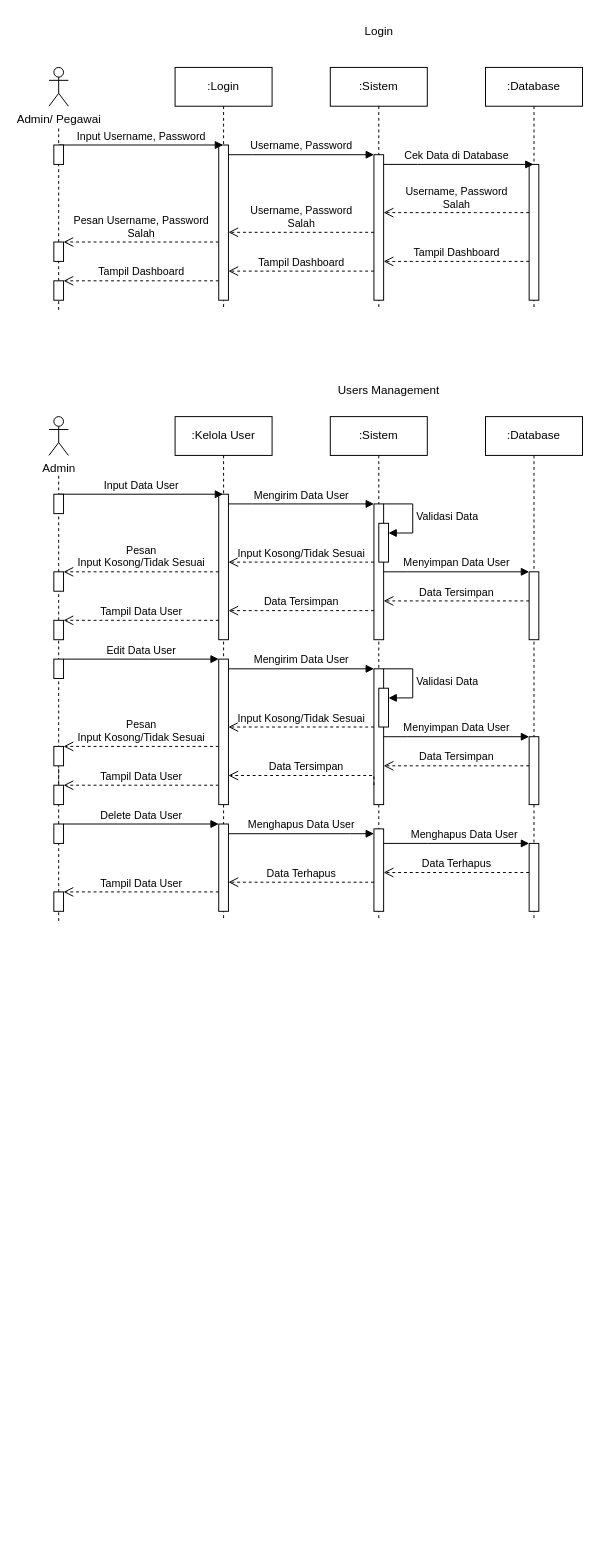
Earlier version of the draw.io diagram diagram/sequence/Sequence Diagram Admin.drawio (wepro-v/asset). Source tidied: cells renumbered, new cells numbered last; positions are measured from the earlier drawing's top-left corner, leaving out a move shared by most shapes. Both pictures are drawn from the tidied source at 97%, with x=0, y=0 at pixel (48, 16).
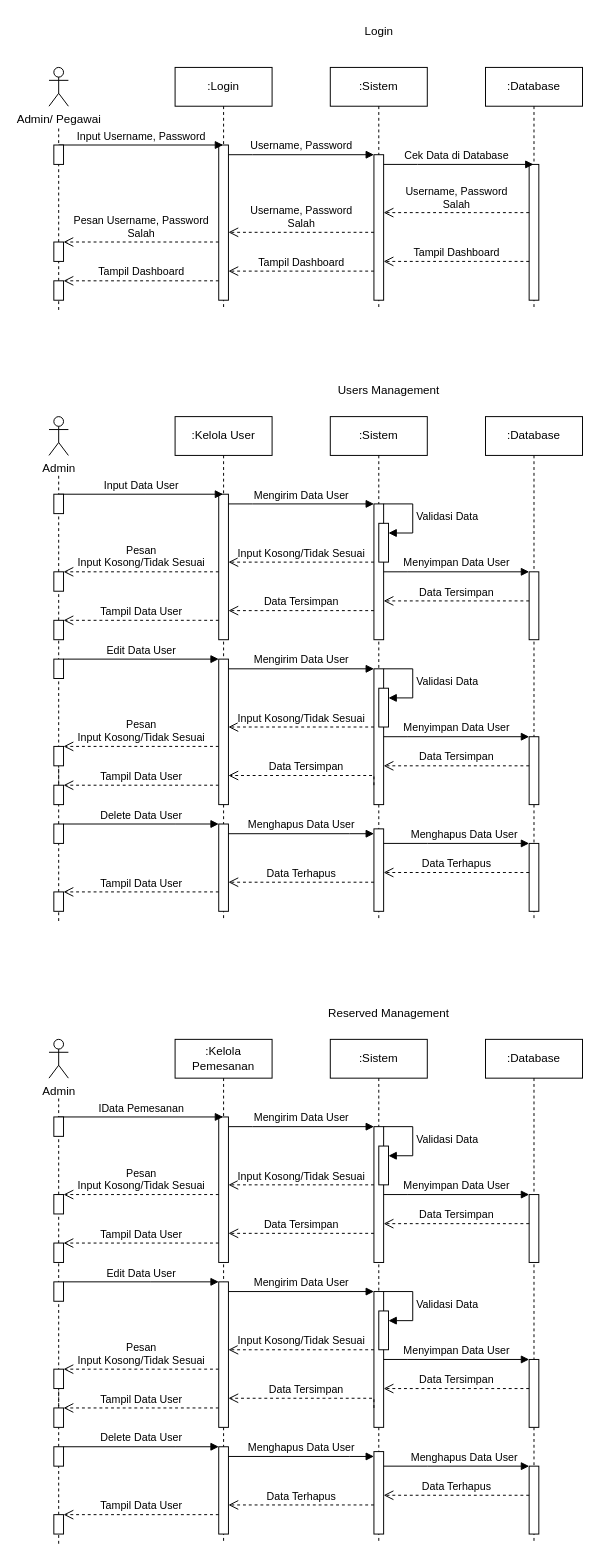
The same page after the edit.

The edit, as a diff of the source:
```diff
@@
+    <mxCell id="78" value=":Sistem" style="shape=umlLifeline;perimeter=lifelinePerimeter;whiteSpace=wrap;html=1;newEdgeStyle={&quot;edgeStyle&quot;:&quot;elbowEdgeStyle&quot;,&quot;elbow&quot;:&quot;vertical&quot;,&quot;curved&quot;:0,&quot;rounded&quot;:0};" parent="1" vertex="1">
+      <mxGeometry x="290" y="1054" width="100" height="520" as="geometry" />
+    </mxCell>
+    <mxCell id="79" style="html=1;points=[];perimeter=orthogonalPerimeter;outlineConnect=0;targetShapes=umlLifeline;portConstraint=eastwest;newEdgeStyle={&quot;edgeStyle&quot;:&quot;elbowEdgeStyle&quot;,&quot;elbow&quot;:&quot;vertical&quot;,&quot;curved&quot;:0,&quot;rounded&quot;:0};" parent="78" vertex="1">
+      <mxGeometry x="45" y="90" width="10" height="140" as="geometry" />
+    </mxCell>
+    <mxCell id="80" style="html=1;points=[];perimeter=orthogonalPerimeter;outlineConnect=0;targetShapes=umlLifeline;portConstraint=eastwest;newEdgeStyle={&quot;edgeStyle&quot;:&quot;elbowEdgeStyle&quot;,&quot;elbow&quot;:&quot;vertical&quot;,&quot;curved&quot;:0,&quot;rounded&quot;:0};" parent="78" vertex="1">
+      <mxGeometry x="50" y="110" width="10" height="40" as="geometry" />
+    </mxCell>
+    <mxCell id="81" value="Validasi Data" style="html=1;align=left;spacingLeft=2;endArrow=block;rounded=0;edgeStyle=orthogonalEdgeStyle;curved=0;rounded=0;" parent="78" edge="1" target="80">
+      <mxGeometry relative="1" as="geometry">
+        <mxPoint x="55" y="90" as="sourcePoint" />
+        <Array as="points">
+          <mxPoint x="85" y="120" />
+        </Array>
+      </mxGeometry>
+    </mxCell>
+    <mxCell id="82" value="Validasi Data" style="html=1;align=left;spacingLeft=2;endArrow=block;rounded=0;edgeStyle=orthogonalEdgeStyle;curved=0;rounded=0;" parent="78" edge="1" target="84">
+      <mxGeometry relative="1" as="geometry">
+        <mxPoint x="55" y="260" as="sourcePoint" />
+        <Array as="points">
+          <mxPoint x="85" y="290" />
+        </Array>
+      </mxGeometry>
+    </mxCell>
+    <mxCell id="83" style="html=1;points=[];perimeter=orthogonalPerimeter;outlineConnect=0;targetShapes=umlLifeline;portConstraint=eastwest;newEdgeStyle={&quot;edgeStyle&quot;:&quot;elbowEdgeStyle&quot;,&quot;elbow&quot;:&quot;vertical&quot;,&quot;curved&quot;:0,&quot;rounded&quot;:0};" parent="78" vertex="1">
+      <mxGeometry x="45" y="260" width="10" height="140" as="geometry" />
+    </mxCell>
+    <mxCell id="84" style="html=1;points=[];perimeter=orthogonalPerimeter;outlineConnect=0;targetShapes=umlLifeline;portConstraint=eastwest;newEdgeStyle={&quot;edgeStyle&quot;:&quot;elbowEdgeStyle&quot;,&quot;elbow&quot;:&quot;vertical&quot;,&quot;curved&quot;:0,&quot;rounded&quot;:0};" parent="78" vertex="1">
+      <mxGeometry x="50" y="280" width="10" height="40" as="geometry" />
+    </mxCell>
+    <mxCell id="85" style="html=1;points=[];perimeter=orthogonalPerimeter;outlineConnect=0;targetShapes=umlLifeline;portConstraint=eastwest;newEdgeStyle={&quot;edgeStyle&quot;:&quot;elbowEdgeStyle&quot;,&quot;elbow&quot;:&quot;vertical&quot;,&quot;curved&quot;:0,&quot;rounded&quot;:0};" parent="78" vertex="1">
+      <mxGeometry x="45" y="425" width="10" height="85" as="geometry" />
+    </mxCell>
+    <mxCell id="86" style="html=1;points=[];perimeter=orthogonalPerimeter;outlineConnect=0;targetShapes=umlLifeline;portConstraint=eastwest;newEdgeStyle={&quot;edgeStyle&quot;:&quot;elbowEdgeStyle&quot;,&quot;elbow&quot;:&quot;vertical&quot;,&quot;curved&quot;:0,&quot;rounded&quot;:0};" parent="1" vertex="1">
+      <mxGeometry x="5" y="1214" width="10" height="20" as="geometry" />
+    </mxCell>
+    <mxCell id="87" value=":Kelola Pemesanan" style="shape=umlLifeline;perimeter=lifelinePerimeter;whiteSpace=wrap;html=1;outlineConnect=0;portConstraint=eastwest;newEdgeStyle={&quot;edgeStyle&quot;:&quot;elbowEdgeStyle&quot;,&quot;elbow&quot;:&quot;vertical&quot;,&quot;curved&quot;:0,&quot;rounded&quot;:0};" parent="1" vertex="1">
+      <mxGeometry x="130" y="1054" width="100" height="520" as="geometry" />
+    </mxCell>
+    <mxCell id="88" style="html=1;points=[];perimeter=orthogonalPerimeter;outlineConnect=0;targetShapes=umlLifeline;portConstraint=eastwest;newEdgeStyle={&quot;edgeStyle&quot;:&quot;elbowEdgeStyle&quot;,&quot;elbow&quot;:&quot;vertical&quot;,&quot;curved&quot;:0,&quot;rounded&quot;:0};" parent="87" vertex="1">
+      <mxGeometry x="45" y="80" width="10" height="150" as="geometry" />
+    </mxCell>
+    <mxCell id="89" style="html=1;points=[];perimeter=orthogonalPerimeter;outlineConnect=0;targetShapes=umlLifeline;portConstraint=eastwest;newEdgeStyle={&quot;edgeStyle&quot;:&quot;elbowEdgeStyle&quot;,&quot;elbow&quot;:&quot;vertical&quot;,&quot;curved&quot;:0,&quot;rounded&quot;:0};" parent="87" vertex="1">
+      <mxGeometry x="45" y="420" width="10" height="90" as="geometry" />
+    </mxCell>
+    <mxCell id="90" value="Mengirim Data User" style="html=1;verticalAlign=bottom;endArrow=block;edgeStyle=elbowEdgeStyle;elbow=vertical;curved=0;rounded=0;" parent="1" edge="1" source="88" target="79">
+      <mxGeometry relative="1" as="geometry">
+        <Array as="points">
+          <mxPoint x="210" y="1144" />
+        </Array>
+      </mxGeometry>
+    </mxCell>
+    <mxCell id="91" value="Data Tersimpan" style="html=1;verticalAlign=bottom;endArrow=open;dashed=1;endSize=8;edgeStyle=elbowEdgeStyle;elbow=vertical;curved=0;rounded=0;" parent="1" edge="1" source="79" target="88">
+      <mxGeometry relative="1" as="geometry">
+        <Array as="points">
+          <mxPoint x="300" y="1254" />
+          <mxPoint x="320" y="1264" />
+          <mxPoint x="270" y="1294" />
+          <mxPoint x="220" y="1304" />
+        </Array>
+      </mxGeometry>
+    </mxCell>
+    <mxCell id="92" value="IData Pemesanan" style="html=1;verticalAlign=bottom;startArrow=none;endArrow=block;startSize=8;edgeStyle=elbowEdgeStyle;elbow=vertical;curved=0;rounded=0;startFill=0;" parent="1" edge="1" target="87">
+      <mxGeometry relative="1" as="geometry">
+        <mxPoint x="10" y="1134" as="sourcePoint" />
+        <Array as="points">
+          <mxPoint x="100" y="1134" />
+          <mxPoint x="20" y="1134" />
+        </Array>
+      </mxGeometry>
+    </mxCell>
+    <mxCell id="93" value=":Database" style="shape=umlLifeline;perimeter=lifelinePerimeter;whiteSpace=wrap;html=1;newEdgeStyle={&quot;edgeStyle&quot;:&quot;elbowEdgeStyle&quot;,&quot;elbow&quot;:&quot;vertical&quot;,&quot;curved&quot;:0,&quot;rounded&quot;:0};" parent="1" vertex="1">
+      <mxGeometry x="450" y="1054" width="100" height="520" as="geometry" />
+    </mxCell>
+    <mxCell id="94" style="html=1;points=[];perimeter=orthogonalPerimeter;outlineConnect=0;targetShapes=umlLifeline;portConstraint=eastwest;newEdgeStyle={&quot;edgeStyle&quot;:&quot;elbowEdgeStyle&quot;,&quot;elbow&quot;:&quot;vertical&quot;,&quot;curved&quot;:0,&quot;rounded&quot;:0};" parent="93" vertex="1">
+      <mxGeometry x="45" y="160" width="10" height="70" as="geometry" />
+    </mxCell>
+    <mxCell id="95" style="html=1;points=[];perimeter=orthogonalPerimeter;outlineConnect=0;targetShapes=umlLifeline;portConstraint=eastwest;newEdgeStyle={&quot;edgeStyle&quot;:&quot;elbowEdgeStyle&quot;,&quot;elbow&quot;:&quot;vertical&quot;,&quot;curved&quot;:0,&quot;rounded&quot;:0};" parent="93" vertex="1">
+      <mxGeometry x="45" y="440" width="10" height="70" as="geometry" />
+    </mxCell>
+    <mxCell id="96" value="Data Tersimpan" style="html=1;verticalAlign=bottom;endArrow=open;dashed=1;endSize=8;edgeStyle=elbowEdgeStyle;elbow=vertical;curved=0;rounded=0;" parent="1" edge="1" source="94" target="79">
+      <mxGeometry relative="1" as="geometry">
+        <Array as="points">
+          <mxPoint x="480" y="1244" />
+          <mxPoint x="450" y="1254" />
+          <mxPoint x="430" y="1274" />
+        </Array>
+      </mxGeometry>
+    </mxCell>
+    <mxCell id="97" value="Input Kosong/Tidak Sesuai" style="html=1;verticalAlign=bottom;endArrow=open;dashed=1;endSize=8;edgeStyle=elbowEdgeStyle;elbow=vertical;curved=0;rounded=0;" parent="1" edge="1" source="79" target="88">
+      <mxGeometry relative="1" as="geometry">
+        <Array as="points">
+          <mxPoint x="320" y="1204" />
+          <mxPoint x="280" y="1214" />
+          <mxPoint x="290" y="1234" />
+          <mxPoint x="210" y="1254" />
+        </Array>
+      </mxGeometry>
+    </mxCell>
+    <mxCell id="98" value="Pesan &lt;br&gt;Input Kosong/Tidak Sesuai" style="html=1;verticalAlign=bottom;endArrow=open;dashed=1;endSize=8;edgeStyle=elbowEdgeStyle;elbow=vertical;curved=0;rounded=0;" parent="1" edge="1" source="88" target="86">
+      <mxGeometry relative="1" as="geometry">
+        <Array as="points">
+          <mxPoint x="170" y="1214" />
+          <mxPoint x="110" y="1224" />
+          <mxPoint x="55" y="1254" />
+        </Array>
+      </mxGeometry>
+    </mxCell>
+    <mxCell id="99" value="Admin" style="shape=umlActor;verticalLabelPosition=bottom;verticalAlign=top;html=1;" parent="1" vertex="1">
+      <mxGeometry y="1054" width="20" height="40" as="geometry" />
+    </mxCell>
+    <mxCell id="100" style="endArrow=none;dashed=1;html=1;rounded=0;" parent="1" edge="1" source="86">
+      <mxGeometry relative="1" as="geometry">
+        <mxPoint x="10" y="1114" as="targetPoint" />
+      </mxGeometry>
+    </mxCell>
+    <mxCell id="101" style="html=1;perimeter=orthogonalPerimeter;targetShapes=umlLifeline;newEdgeStyle={&quot;edgeStyle&quot;:&quot;elbowEdgeStyle&quot;,&quot;elbow&quot;:&quot;vertical&quot;,&quot;curved&quot;:0,&quot;rounded&quot;:0};" parent="1" vertex="1">
+      <mxGeometry x="5" y="1134" width="10" height="20" as="geometry" />
+    </mxCell>
+    <mxCell id="102" style="endArrow=none;dashed=1;html=1;rounded=0;" parent="1" edge="1" source="128" target="86">
+      <mxGeometry relative="1" as="geometry" />
+    </mxCell>
+    <mxCell id="103" value="Tampil Data User" style="html=1;verticalAlign=bottom;endArrow=open;dashed=1;endSize=8;edgeStyle=elbowEdgeStyle;elbow=vertical;curved=0;rounded=0;" parent="1" edge="1" source="88" target="126">
+      <mxGeometry relative="1" as="geometry">
+        <Array as="points">
+          <mxPoint x="150" y="1264" />
+          <mxPoint x="170" y="1274" />
+          <mxPoint x="100" y="1314" />
+          <mxPoint x="50" y="1294" />
+          <mxPoint x="65" y="1304" />
+        </Array>
+      </mxGeometry>
+    </mxCell>
+    <mxCell id="104" value="Reserved Management" style="text;html=1;align=center;verticalAlign=middle;strokeColor=none;fillColor=none;" parent="1" vertex="1">
+      <mxGeometry x="275" y="1012" width="150" height="30" as="geometry" />
+    </mxCell>
+    <mxCell id="105" value="Mengirim Data User" style="html=1;verticalAlign=bottom;endArrow=block;edgeStyle=elbowEdgeStyle;elbow=vertical;curved=0;rounded=0;" parent="1" edge="1" source="113">
+      <mxGeometry relative="1" as="geometry">
+        <mxPoint x="335" y="1314" as="targetPoint" />
+        <Array as="points">
+          <mxPoint x="300" y="1314" />
+          <mxPoint x="210" y="1344" />
+        </Array>
+      </mxGeometry>
+    </mxCell>
+    <mxCell id="106" value="Data Tersimpan" style="html=1;verticalAlign=bottom;endArrow=open;dashed=1;endSize=8;edgeStyle=elbowEdgeStyle;elbow=vertical;curved=0;rounded=0;" parent="1" edge="1" target="113">
+      <mxGeometry relative="1" as="geometry">
+        <mxPoint x="335" y="1434" as="sourcePoint" />
+        <Array as="points">
+          <mxPoint x="310" y="1424" />
+          <mxPoint x="310" y="1434" />
+          <mxPoint x="320" y="1464" />
+          <mxPoint x="270" y="1494" />
+          <mxPoint x="220" y="1504" />
+        </Array>
+      </mxGeometry>
+    </mxCell>
+    <mxCell id="107" value="Edit Data User" style="html=1;verticalAlign=bottom;startArrow=none;endArrow=block;startSize=8;edgeStyle=elbowEdgeStyle;elbow=vertical;curved=0;rounded=0;startFill=0;" parent="1" edge="1" target="113">
+      <mxGeometry relative="1" as="geometry">
+        <mxPoint x="15" y="1304" as="sourcePoint" />
+        <Array as="points">
+          <mxPoint x="105" y="1304" />
+          <mxPoint x="25" y="1304" />
+        </Array>
+      </mxGeometry>
+    </mxCell>
+    <mxCell id="108" value="Input Kosong/Tidak Sesuai" style="html=1;verticalAlign=bottom;endArrow=open;dashed=1;endSize=8;edgeStyle=elbowEdgeStyle;elbow=vertical;curved=0;rounded=0;" parent="1" edge="1" target="113">
+      <mxGeometry relative="1" as="geometry">
+        <mxPoint x="335" y="1374" as="sourcePoint" />
+        <Array as="points">
+          <mxPoint x="330" y="1374" />
+          <mxPoint x="310" y="1384" />
+          <mxPoint x="330" y="1374" />
+          <mxPoint x="280" y="1414" />
+          <mxPoint x="290" y="1434" />
+          <mxPoint x="210" y="1454" />
+        </Array>
+      </mxGeometry>
+    </mxCell>
+    <mxCell id="109" value="Pesan &lt;br&gt;Input Kosong/Tidak Sesuai" style="html=1;verticalAlign=bottom;endArrow=open;dashed=1;endSize=8;edgeStyle=elbowEdgeStyle;elbow=vertical;curved=0;rounded=0;" parent="1" edge="1" source="113" target="117">
+      <mxGeometry relative="1" as="geometry">
+        <Array as="points">
+          <mxPoint x="110" y="1394" />
+          <mxPoint x="55" y="1454" />
+        </Array>
+      </mxGeometry>
+    </mxCell>
+    <mxCell id="110" style="html=1;perimeter=orthogonalPerimeter;targetShapes=umlLifeline;newEdgeStyle={&quot;edgeStyle&quot;:&quot;elbowEdgeStyle&quot;,&quot;elbow&quot;:&quot;vertical&quot;,&quot;curved&quot;:0,&quot;rounded&quot;:0};" parent="1" vertex="1">
+      <mxGeometry x="5" y="1304" width="10" height="20" as="geometry" />
+    </mxCell>
+    <mxCell id="111" style="html=1;points=[];perimeter=orthogonalPerimeter;outlineConnect=0;targetShapes=umlLifeline;portConstraint=eastwest;newEdgeStyle={&quot;edgeStyle&quot;:&quot;elbowEdgeStyle&quot;,&quot;elbow&quot;:&quot;vertical&quot;,&quot;curved&quot;:0,&quot;rounded&quot;:0};" parent="1" vertex="1">
+      <mxGeometry x="5" y="1434" width="10" height="20" as="geometry" />
+    </mxCell>
+    <mxCell id="112" value="Tampil Data User" style="html=1;verticalAlign=bottom;endArrow=open;dashed=1;endSize=8;edgeStyle=elbowEdgeStyle;elbow=vertical;curved=0;rounded=0;" parent="1" edge="1" source="113" target="111">
+      <mxGeometry relative="1" as="geometry">
+        <Array as="points">
+          <mxPoint x="130" y="1434" />
+          <mxPoint x="150" y="1444" />
+          <mxPoint x="170" y="1474" />
+          <mxPoint x="100" y="1514" />
+          <mxPoint x="50" y="1494" />
+          <mxPoint x="65" y="1504" />
+        </Array>
+      </mxGeometry>
+    </mxCell>
+    <mxCell id="113" style="html=1;points=[];perimeter=orthogonalPerimeter;outlineConnect=0;targetShapes=umlLifeline;portConstraint=eastwest;newEdgeStyle={&quot;edgeStyle&quot;:&quot;elbowEdgeStyle&quot;,&quot;elbow&quot;:&quot;vertical&quot;,&quot;curved&quot;:0,&quot;rounded&quot;:0};" parent="1" vertex="1">
+      <mxGeometry x="175" y="1304" width="10" height="150" as="geometry" />
+    </mxCell>
+    <mxCell id="114" style="html=1;points=[];perimeter=orthogonalPerimeter;outlineConnect=0;targetShapes=umlLifeline;portConstraint=eastwest;newEdgeStyle={&quot;edgeStyle&quot;:&quot;elbowEdgeStyle&quot;,&quot;elbow&quot;:&quot;vertical&quot;,&quot;curved&quot;:0,&quot;rounded&quot;:0};" parent="1" vertex="1">
+      <mxGeometry x="495" y="1384" width="10" height="70" as="geometry" />
+    </mxCell>
+    <mxCell id="115" value="Data Tersimpan" style="html=1;verticalAlign=bottom;endArrow=open;dashed=1;endSize=8;edgeStyle=elbowEdgeStyle;elbow=vertical;curved=0;rounded=0;" parent="1" edge="1" source="114" target="83">
+      <mxGeometry relative="1" as="geometry">
+        <Array as="points">
+          <mxPoint x="480" y="1414" />
+          <mxPoint x="490" y="1424" />
+          <mxPoint x="460" y="1424" />
+          <mxPoint x="450" y="1414" />
+          <mxPoint x="430" y="1434" />
+        </Array>
+      </mxGeometry>
+    </mxCell>
+    <mxCell id="116" style="endArrow=none;dashed=1;html=1;rounded=0;" parent="1" edge="1" source="111" target="117">
+      <mxGeometry relative="1" as="geometry" />
+    </mxCell>
+    <mxCell id="117" style="html=1;points=[];perimeter=orthogonalPerimeter;outlineConnect=0;targetShapes=umlLifeline;portConstraint=eastwest;newEdgeStyle={&quot;edgeStyle&quot;:&quot;elbowEdgeStyle&quot;,&quot;elbow&quot;:&quot;vertical&quot;,&quot;curved&quot;:0,&quot;rounded&quot;:0};" parent="1" vertex="1">
+      <mxGeometry x="5" y="1394" width="10" height="20" as="geometry" />
+    </mxCell>
+    <mxCell id="118" value="Menghapus Data User" style="html=1;verticalAlign=bottom;endArrow=block;edgeStyle=elbowEdgeStyle;elbow=vertical;curved=0;rounded=0;" parent="1" edge="1" source="89" target="85">
+      <mxGeometry relative="1" as="geometry">
+        <Array as="points">
+          <mxPoint x="310" y="1484" />
+          <mxPoint x="300" y="1524" />
+          <mxPoint x="210" y="1554" />
+        </Array>
+      </mxGeometry>
+    </mxCell>
+    <mxCell id="119" value="Data Terhapus" style="html=1;verticalAlign=bottom;endArrow=open;dashed=1;endSize=8;edgeStyle=elbowEdgeStyle;elbow=vertical;curved=0;rounded=0;" parent="1" edge="1" source="85" target="89">
+      <mxGeometry relative="1" as="geometry">
+        <Array as="points">
+          <mxPoint x="310" y="1534" />
+          <mxPoint x="320" y="1544" />
+          <mxPoint x="250" y="1574" />
+          <mxPoint x="310" y="1644" />
+          <mxPoint x="320" y="1674" />
+          <mxPoint x="270" y="1704" />
+          <mxPoint x="220" y="1714" />
+        </Array>
+      </mxGeometry>
+    </mxCell>
+    <mxCell id="120" value="Delete Data User" style="html=1;verticalAlign=bottom;startArrow=none;endArrow=block;startSize=8;edgeStyle=elbowEdgeStyle;elbow=vertical;curved=0;rounded=0;startFill=0;" parent="1" edge="1" source="128" target="89">
+      <mxGeometry relative="1" as="geometry">
+        <Array as="points">
+          <mxPoint x="130" y="1474" />
+          <mxPoint x="105" y="1514" />
+          <mxPoint x="25" y="1514" />
+        </Array>
+      </mxGeometry>
+    </mxCell>
+    <mxCell id="121" value="Tampil Data User" style="html=1;verticalAlign=bottom;endArrow=open;dashed=1;endSize=8;edgeStyle=elbowEdgeStyle;elbow=vertical;curved=0;rounded=0;" parent="1" edge="1" source="89" target="130">
+      <mxGeometry relative="1" as="geometry">
+        <Array as="points">
+          <mxPoint x="160" y="1544" />
+          <mxPoint x="150" y="1584" />
+          <mxPoint x="150" y="1654" />
+          <mxPoint x="170" y="1684" />
+          <mxPoint x="100" y="1724" />
+          <mxPoint x="50" y="1704" />
+          <mxPoint x="65" y="1714" />
+        </Array>
+      </mxGeometry>
+    </mxCell>
+    <mxCell id="122" value="Menghapus Data User" style="html=1;verticalAlign=bottom;endArrow=block;edgeStyle=elbowEdgeStyle;elbow=vertical;curved=0;rounded=0;" parent="1" edge="1" source="85" target="95">
+      <mxGeometry x="0.1" relative="1" as="geometry">
+        <Array as="points">
+          <mxPoint x="390" y="1494" />
+          <mxPoint x="400" y="1534" />
+          <mxPoint x="380" y="1524" />
+          <mxPoint x="340" y="1544" />
+        </Array>
+      </mxGeometry>
+    </mxCell>
+    <mxCell id="123" value="Data Terhapus" style="html=1;verticalAlign=bottom;endArrow=open;dashed=1;endSize=8;edgeStyle=elbowEdgeStyle;elbow=vertical;curved=0;rounded=0;" parent="1" edge="1" source="95" target="85">
+      <mxGeometry relative="1" as="geometry">
+        <Array as="points">
+          <mxPoint x="470" y="1524" />
+          <mxPoint x="450" y="1529" />
+          <mxPoint x="470" y="1564" />
+          <mxPoint x="480" y="1584" />
+          <mxPoint x="490" y="1634" />
+          <mxPoint x="460" y="1634" />
+          <mxPoint x="450" y="1624" />
+          <mxPoint x="430" y="1644" />
+        </Array>
+      </mxGeometry>
+    </mxCell>
+    <mxCell id="124" value="Menyimpan Data User" style="html=1;verticalAlign=bottom;endArrow=block;edgeStyle=elbowEdgeStyle;elbow=vertical;curved=0;rounded=0;" parent="1" edge="1">
+      <mxGeometry relative="1" as="geometry">
+        <mxPoint x="345" y="1214" as="sourcePoint" />
+        <mxPoint x="495" y="1214" as="targetPoint" />
+        <Array as="points">
+          <mxPoint x="370" y="1214" />
+        </Array>
+      </mxGeometry>
+    </mxCell>
+    <mxCell id="125" value="Menyimpan Data User" style="html=1;verticalAlign=bottom;endArrow=block;edgeStyle=elbowEdgeStyle;elbow=vertical;curved=0;rounded=0;" parent="1" edge="1">
+      <mxGeometry relative="1" as="geometry">
+        <mxPoint x="345" y="1384" as="sourcePoint" />
+        <mxPoint x="495" y="1384" as="targetPoint" />
+        <Array as="points">
+          <mxPoint x="370" y="1384" />
+        </Array>
+      </mxGeometry>
+    </mxCell>
+    <mxCell id="126" style="html=1;points=[];perimeter=orthogonalPerimeter;outlineConnect=0;targetShapes=umlLifeline;portConstraint=eastwest;newEdgeStyle={&quot;edgeStyle&quot;:&quot;elbowEdgeStyle&quot;,&quot;elbow&quot;:&quot;vertical&quot;,&quot;curved&quot;:0,&quot;rounded&quot;:0};" parent="1" vertex="1">
+      <mxGeometry x="5" y="1264" width="10" height="20" as="geometry" />
+    </mxCell>
+    <mxCell id="127" style="endArrow=none;dashed=1;html=1;rounded=0;" parent="1" edge="1" source="130" target="128">
+      <mxGeometry relative="1" as="geometry" />
+    </mxCell>
+    <mxCell id="128" style="html=1;points=[];perimeter=orthogonalPerimeter;outlineConnect=0;targetShapes=umlLifeline;portConstraint=eastwest;newEdgeStyle={&quot;edgeStyle&quot;:&quot;elbowEdgeStyle&quot;,&quot;elbow&quot;:&quot;vertical&quot;,&quot;curved&quot;:0,&quot;rounded&quot;:0};" parent="1" vertex="1">
+      <mxGeometry x="5" y="1474" width="10" height="20" as="geometry" />
+    </mxCell>
+    <mxCell id="129" style="endArrow=none;dashed=1;html=1;rounded=0;" parent="1" edge="1" target="130">
+      <mxGeometry relative="1" as="geometry">
+        <mxPoint x="10" y="1574" as="sourcePoint" />
+      </mxGeometry>
+    </mxCell>
+    <mxCell id="130" style="html=1;points=[];perimeter=orthogonalPerimeter;outlineConnect=0;targetShapes=umlLifeline;portConstraint=eastwest;newEdgeStyle={&quot;edgeStyle&quot;:&quot;elbowEdgeStyle&quot;,&quot;elbow&quot;:&quot;vertical&quot;,&quot;curved&quot;:0,&quot;rounded&quot;:0};" parent="1" vertex="1">
+      <mxGeometry x="5" y="1544" width="10" height="20" as="geometry" />
+    </mxCell>
```
